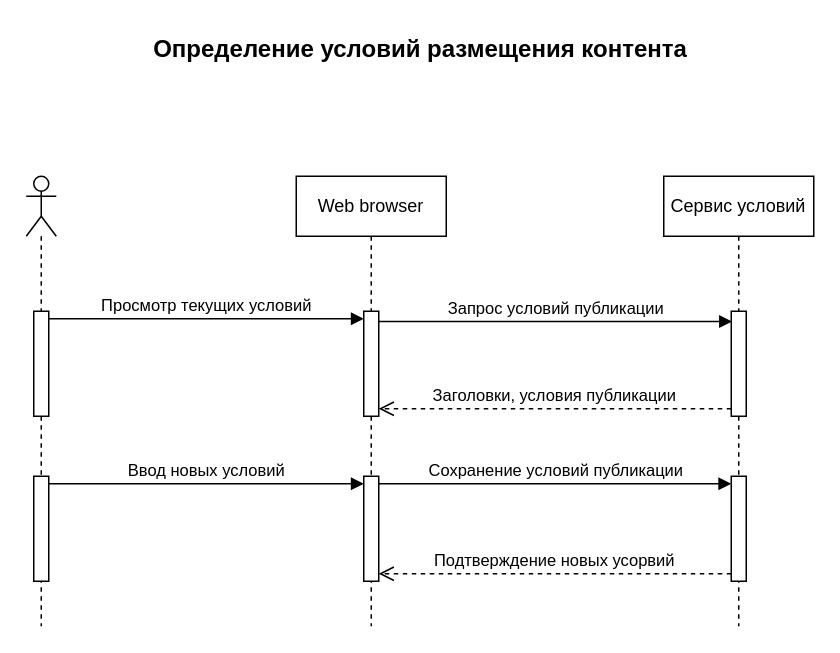
Before: page "Публикация" (4 of 6) of hw1/(2) sequence.drawio in Slezkin-AV/microservice_hw, a draw.io diagram. Source tidied: cells renumbered, new cells numbered last; positions are measured from the earlier drawing's top-left corner, leaving out a move shared by most shapes. Both pictures are drawn from the tidied source at 150%, with x=0, y=0 at pixel (26, 26).
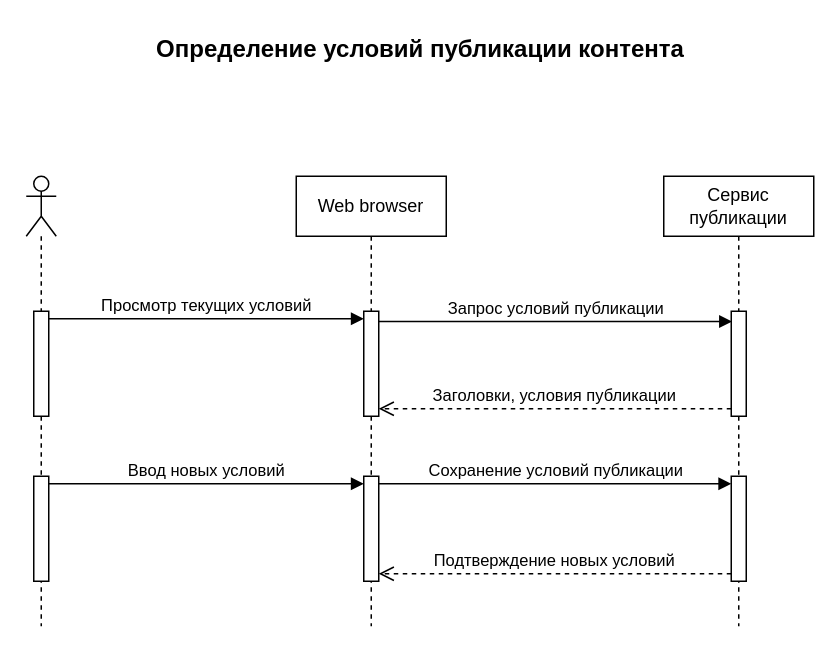
Above is the later version.

Change to the diagram source:
```diff
@@
 <mxGraphModel>
   <root>
     <mxCell id="0" />
     <mxCell id="1" parent="0" />
     <mxCell id="2" style="shape=umlLifeline;perimeter=lifelinePerimeter;whiteSpace=wrap;html=1;newEdgeStyle={&quot;curved&quot;:0,&quot;rounded&quot;:0};participant=umlActor;" parent="1" vertex="1">
       <mxGeometry y="100" width="20" height="300" as="geometry" />
     </mxCell>
     <mxCell id="3" style="html=1;points=[[0,0,0,0,5],[0,1,0,0,-5],[1,0,0,0,5],[1,1,0,0,-5]];perimeter=orthogonalPerimeter;outlineConnect=0;targetShapes=umlLifeline;portConstraint=eastwest;newEdgeStyle={&quot;curved&quot;:0,&quot;rounded&quot;:0};" parent="2" vertex="1">
       <mxGeometry x="5" y="90" width="10" height="70" as="geometry" />
     </mxCell>
     <mxCell id="4" style="html=1;points=[[0,0,0,0,5],[0,1,0,0,-5],[1,0,0,0,5],[1,1,0,0,-5]];perimeter=orthogonalPerimeter;outlineConnect=0;targetShapes=umlLifeline;portConstraint=eastwest;newEdgeStyle={&quot;curved&quot;:0,&quot;rounded&quot;:0};" parent="2" vertex="1">
       <mxGeometry x="5" y="200" width="10" height="70" as="geometry" />
     </mxCell>
-    <mxCell id="5" value="Сервис условий" style="shape=umlLifeline;perimeter=lifelinePerimeter;whiteSpace=wrap;html=1;newEdgeStyle={&quot;curved&quot;:0,&quot;rounded&quot;:0};" parent="1" vertex="1">
+    <mxCell id="5" value="Сервис публикации" style="shape=umlLifeline;perimeter=lifelinePerimeter;whiteSpace=wrap;html=1;newEdgeStyle={&quot;curved&quot;:0,&quot;rounded&quot;:0};" parent="1" vertex="1">
       <mxGeometry x="425" y="100" width="100" height="300" as="geometry" />
     </mxCell>
     <mxCell id="6" style="html=1;points=[[0,0,0,0,5],[0,1,0,0,-5],[1,0,0,0,5],[1,1,0,0,-5]];perimeter=orthogonalPerimeter;outlineConnect=0;targetShapes=umlLifeline;portConstraint=eastwest;newEdgeStyle={&quot;curved&quot;:0,&quot;rounded&quot;:0};" parent="5" vertex="1">
       <mxGeometry x="45" y="90" width="10" height="70" as="geometry" />
     </mxCell>
     <mxCell id="7" style="html=1;points=[[0,0,0,0,5],[0,1,0,0,-5],[1,0,0,0,5],[1,1,0,0,-5]];perimeter=orthogonalPerimeter;outlineConnect=0;targetShapes=umlLifeline;portConstraint=eastwest;newEdgeStyle={&quot;curved&quot;:0,&quot;rounded&quot;:0};" parent="5" vertex="1">
       <mxGeometry x="45" y="200" width="10" height="70" as="geometry" />
     </mxCell>
     <mxCell id="8" value="Просмотр текущих условий" style="html=1;verticalAlign=bottom;endArrow=block;curved=0;rounded=0;exitX=1;exitY=0;exitDx=0;exitDy=5;exitPerimeter=0;" parent="1" edge="1" source="3" target="11">
       <mxGeometry relative="1" as="geometry" />
     </mxCell>
     <mxCell id="9" value="Заголовки, условия публикации" style="html=1;verticalAlign=bottom;endArrow=open;dashed=1;endSize=8;curved=0;rounded=0;exitX=0;exitY=1;exitDx=0;exitDy=-5;exitPerimeter=0;" parent="1" edge="1" source="6" target="11">
       <mxGeometry relative="1" as="geometry" />
     </mxCell>
     <mxCell id="10" value="Web browser" style="shape=umlLifeline;perimeter=lifelinePerimeter;whiteSpace=wrap;html=1;newEdgeStyle={&quot;curved&quot;:0,&quot;rounded&quot;:0};" parent="1" vertex="1">
       <mxGeometry x="180" y="100" width="100" height="300" as="geometry" />
     </mxCell>
     <mxCell id="11" style="html=1;points=[[0,0,0,0,5],[0,1,0,0,-5],[1,0,0,0,5],[1,1,0,0,-5]];perimeter=orthogonalPerimeter;outlineConnect=0;targetShapes=umlLifeline;portConstraint=eastwest;newEdgeStyle={&quot;curved&quot;:0,&quot;rounded&quot;:0};" parent="10" vertex="1">
       <mxGeometry x="45" y="90" width="10" height="70" as="geometry" />
     </mxCell>
     <mxCell id="12" style="html=1;points=[[0,0,0,0,5],[0,1,0,0,-5],[1,0,0,0,5],[1,1,0,0,-5]];perimeter=orthogonalPerimeter;outlineConnect=0;targetShapes=umlLifeline;portConstraint=eastwest;newEdgeStyle={&quot;curved&quot;:0,&quot;rounded&quot;:0};" parent="10" vertex="1">
       <mxGeometry x="45" y="200" width="10" height="70" as="geometry" />
     </mxCell>
     <mxCell id="13" value="Запрос условий публикации" style="html=1;verticalAlign=bottom;endArrow=block;curved=0;rounded=0;entryX=0.05;entryY=0.098;entryDx=0;entryDy=0;entryPerimeter=0;" parent="1" edge="1" source="11" target="6">
       <mxGeometry relative="1" as="geometry" />
     </mxCell>
-    <mxCell id="14" value="Определение условий размещения контента" style="text;html=1;align=center;verticalAlign=middle;whiteSpace=wrap;rounded=0;fontSize=16;fontStyle=1;" parent="1" vertex="1">
+    <mxCell id="14" value="Определение условий публикации контента" style="text;html=1;align=center;verticalAlign=middle;whiteSpace=wrap;rounded=0;fontSize=16;fontStyle=1;" parent="1" vertex="1">
       <mxGeometry x="38" width="450" height="30" as="geometry" />
     </mxCell>
     <mxCell id="15" value="Ввод новых условий" style="html=1;verticalAlign=bottom;endArrow=block;curved=0;rounded=0;exitX=1;exitY=0;exitDx=0;exitDy=5;exitPerimeter=0;" parent="1" edge="1" source="4" target="12">
       <mxGeometry relative="1" as="geometry" />
     </mxCell>
     <mxCell id="16" value="Сохранение условий публикации" style="html=1;verticalAlign=bottom;endArrow=block;curved=0;rounded=0;entryX=0;entryY=0;entryDx=0;entryDy=5;entryPerimeter=0;" parent="1" edge="1" source="12" target="7">
       <mxGeometry relative="1" as="geometry" />
     </mxCell>
-    <mxCell id="17" value="Подтверждение новых усорвий" style="html=1;verticalAlign=bottom;endArrow=open;dashed=1;endSize=8;curved=0;rounded=0;entryX=1;entryY=1;entryDx=0;entryDy=-5;entryPerimeter=0;" parent="1" edge="1" source="7" target="12">
+    <mxCell id="17" value="Подтверждение новых условий" style="html=1;verticalAlign=bottom;endArrow=open;dashed=1;endSize=8;curved=0;rounded=0;entryX=1;entryY=1;entryDx=0;entryDy=-5;entryPerimeter=0;" parent="1" edge="1" source="7" target="12">
       <mxGeometry relative="1" as="geometry" />
     </mxCell>
   </root>
 </mxGraphModel>
```
